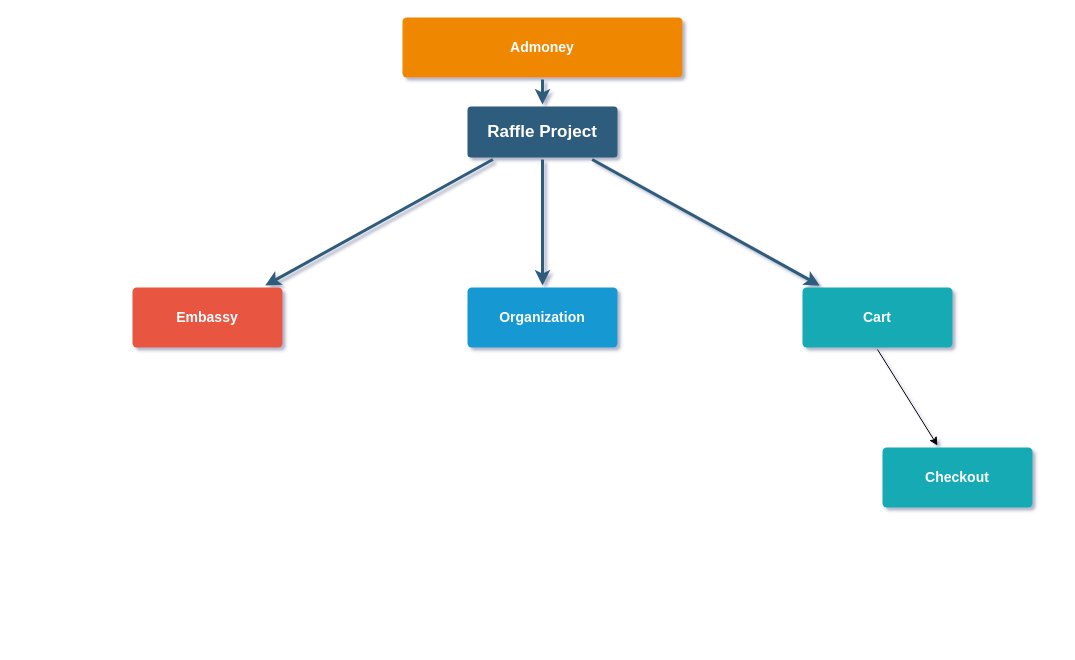
The draw.io diagram Untitled Diagram.drawio in Kenidyss/testapp, before the edit. Source tidied: cells renumbered, new cells numbered last; positions are measured from the earlier drawing's top-left corner, leaving out a move shared by most shapes. Both pictures are drawn from the tidied source at 100%, with x=0, y=0 at pixel (132, 17).
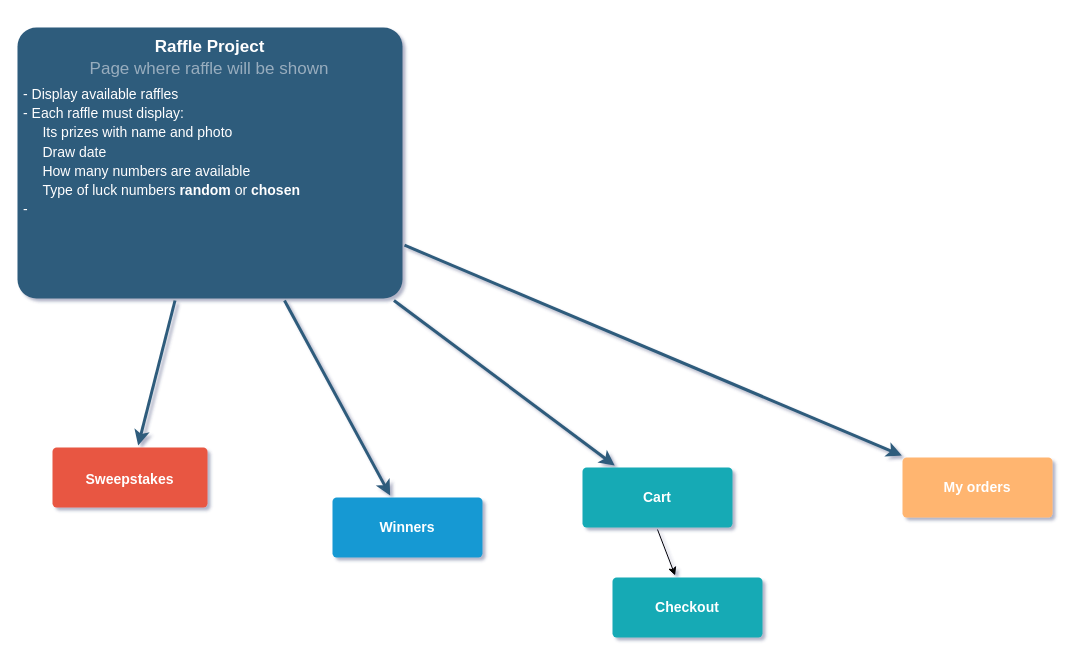
The same page after the edit.

Change to the diagram source:
```diff
@@
 <mxGraphModel shadow="1">
   <root>
     <mxCell id="0" />
     <mxCell id="1" parent="0" />
-    <mxCell id="2" style="edgeStyle=none;rounded=0;jumpStyle=none;html=1;shadow=0;labelBackgroundColor=none;startArrow=none;startFill=0;endArrow=classic;endFill=1;jettySize=auto;strokeColor=#2F5B7C;strokeWidth=3;fontFamily=Helvetica;fontSize=16;fontColor=#23445D;spacing=5;entryX=0.5;entryY=0;entryDx=0;entryDy=0;exitX=0.5;exitY=1;exitDx=0;exitDy=0;" parent="1" edge="1" source="9" target="6">
-      <mxGeometry relative="1" as="geometry" />
-    </mxCell>
     <mxCell id="3" style="edgeStyle=none;rounded=0;jumpStyle=none;html=1;shadow=0;labelBackgroundColor=none;startArrow=none;startFill=0;endArrow=classic;endFill=1;jettySize=auto;strokeColor=#2F5B7C;strokeWidth=3;fontFamily=Helvetica;fontSize=16;fontColor=#23445D;spacing=5;" parent="1" edge="1" source="6" target="10">
       <mxGeometry relative="1" as="geometry" />
     </mxCell>
     <mxCell id="4" style="edgeStyle=none;rounded=0;jumpStyle=none;html=1;shadow=0;labelBackgroundColor=none;startArrow=none;startFill=0;endArrow=classic;endFill=1;jettySize=auto;strokeColor=#2F5B7C;strokeWidth=3;fontFamily=Helvetica;fontSize=16;fontColor=#23445D;spacing=5;" parent="1" edge="1" source="6" target="8">
       <mxGeometry relative="1" as="geometry" />
     </mxCell>
     <mxCell id="5" style="edgeStyle=none;rounded=0;jumpStyle=none;html=1;shadow=0;labelBackgroundColor=none;startArrow=none;startFill=0;endArrow=classic;endFill=1;jettySize=auto;strokeColor=#2F5B7C;strokeWidth=3;fontFamily=Helvetica;fontSize=16;fontColor=#23445D;spacing=5;" parent="1" edge="1" source="6" target="7">
       <mxGeometry relative="1" as="geometry" />
     </mxCell>
-    <mxCell id="6" value="&lt;font style=&quot;font-size: 17px&quot;&gt;Raffle Project&lt;/font&gt;" style="rounded=1;whiteSpace=wrap;html=1;shadow=0;labelBackgroundColor=none;strokeColor=none;strokeWidth=3;fillColor=#2F5B7C;fontFamily=Helvetica;fontSize=16;fontColor=#FFFFFF;align=center;fontStyle=1;spacing=5;arcSize=7;perimeterSpacing=2;" parent="1" vertex="1">
-      <mxGeometry x="335" y="89" width="150" height="51" as="geometry" />
+    <mxCell id="6" value="&lt;font style=&quot;font-size: 17px&quot;&gt;Raffle Project&lt;br&gt;&lt;br&gt;&lt;/font&gt;" style="rounded=1;whiteSpace=wrap;html=1;shadow=0;labelBackgroundColor=none;strokeColor=none;strokeWidth=3;fillColor=#2F5B7C;fontFamily=Helvetica;fontSize=16;fontColor=#FFFFFF;align=center;fontStyle=1;spacing=5;arcSize=7;perimeterSpacing=2;verticalAlign=top;" parent="1" vertex="1">
+      <mxGeometry x="-115" y="10" width="385" height="271" as="geometry" />
     </mxCell>
-    <mxCell id="7" value="Embassy" style="rounded=1;whiteSpace=wrap;html=1;shadow=0;labelBackgroundColor=none;strokeColor=none;strokeWidth=3;fillColor=#e85642;fontFamily=Helvetica;fontSize=14;fontColor=#FFFFFF;align=center;spacing=5;fontStyle=1;arcSize=7;perimeterSpacing=2;" parent="1" vertex="1">
-      <mxGeometry y="270" width="150" height="60" as="geometry" />
+    <mxCell id="7" value="&lt;p style=&quot;line-height: 1.2&quot;&gt;&lt;span&gt;Sweepstakes&lt;/span&gt;&lt;/p&gt;" style="rounded=1;whiteSpace=wrap;html=1;shadow=0;labelBackgroundColor=none;strokeColor=none;strokeWidth=3;fillColor=#e85642;fontFamily=Helvetica;fontSize=14;fontColor=#FFFFFF;align=center;spacing=5;fontStyle=1;arcSize=7;perimeterSpacing=2;verticalAlign=top;" parent="1" vertex="1">
+      <mxGeometry x="-80" y="430" width="155" height="60" as="geometry" />
     </mxCell>
-    <mxCell id="8" value="Organization" style="rounded=1;whiteSpace=wrap;html=1;shadow=0;labelBackgroundColor=none;strokeColor=none;strokeWidth=3;fillColor=#1699d3;fontFamily=Helvetica;fontSize=14;fontColor=#FFFFFF;align=center;spacing=5;fontStyle=1;arcSize=7;perimeterSpacing=2;" parent="1" vertex="1">
-      <mxGeometry x="335" y="270" width="150" height="60" as="geometry" />
+    <mxCell id="8" value="Winners" style="rounded=1;whiteSpace=wrap;html=1;shadow=0;labelBackgroundColor=none;strokeColor=none;strokeWidth=3;fillColor=#1699d3;fontFamily=Helvetica;fontSize=14;fontColor=#FFFFFF;align=center;spacing=5;fontStyle=1;arcSize=7;perimeterSpacing=2;" parent="1" vertex="1">
+      <mxGeometry x="200" y="480" width="150" height="60" as="geometry" />
     </mxCell>
-    <mxCell id="9" value="Admoney" style="rounded=1;whiteSpace=wrap;html=1;shadow=0;labelBackgroundColor=none;strokeColor=none;strokeWidth=3;fillColor=#F08705;fontFamily=Helvetica;fontSize=14;fontColor=#FFFFFF;align=center;spacing=5;fontStyle=1;arcSize=7;perimeterSpacing=2;" parent="1" vertex="1">
-      <mxGeometry x="270" width="280" height="60" as="geometry" />
-    </mxCell>
     <mxCell id="10" value="Cart" style="rounded=1;whiteSpace=wrap;html=1;shadow=0;labelBackgroundColor=none;strokeColor=none;strokeWidth=3;fillColor=#12aab5;fontFamily=Helvetica;fontSize=14;fontColor=#FFFFFF;align=center;spacing=5;fontStyle=1;arcSize=7;perimeterSpacing=2;" parent="1" vertex="1">
-      <mxGeometry x="670" y="270" width="150" height="60" as="geometry" />
+      <mxGeometry x="450" y="450" width="150" height="60" as="geometry" />
     </mxCell>
     <mxCell id="11" value="Checkout" style="rounded=1;whiteSpace=wrap;html=1;shadow=0;labelBackgroundColor=none;strokeColor=none;strokeWidth=3;fillColor=#12aab5;fontFamily=Helvetica;fontSize=14;fontColor=#FFFFFF;align=center;spacing=5;fontStyle=1;arcSize=7;perimeterSpacing=2;" parent="1" vertex="1">
-      <mxGeometry x="750" y="430" width="150" height="60" as="geometry" />
+      <mxGeometry x="480" y="560" width="150" height="60" as="geometry" />
     </mxCell>
     <mxCell id="12" style="endArrow=classic;html=1;rounded=0;fontSize=17;exitX=0.5;exitY=1;exitDx=0;exitDy=0;" parent="1" edge="1" source="10" target="11">
       <mxGeometry relative="1" as="geometry" />
     </mxCell>
+    <mxCell id="13" value="My orders" style="rounded=1;whiteSpace=wrap;html=1;shadow=0;labelBackgroundColor=none;strokeColor=none;strokeWidth=3;fillColor=#FFB570;fontFamily=Helvetica;fontSize=14;fontColor=#FFFFFF;align=center;spacing=5;fontStyle=1;arcSize=7;perimeterSpacing=2;" parent="1" vertex="1">
+      <mxGeometry x="770" y="440" width="150" height="60" as="geometry" />
+    </mxCell>
+    <mxCell id="14" style="edgeStyle=none;rounded=0;jumpStyle=none;html=1;shadow=0;labelBackgroundColor=none;startArrow=none;startFill=0;endArrow=classic;endFill=1;jettySize=auto;strokeColor=#2F5B7C;strokeWidth=3;fontFamily=Helvetica;fontSize=16;fontColor=#23445D;spacing=5;" parent="1" edge="1" source="6" target="13">
+      <mxGeometry relative="1" as="geometry" />
+    </mxCell>
+    <mxCell id="15" value="&lt;span style=&quot;font-size: 17px&quot;&gt;Page where raffle will be shown&lt;/span&gt;" style="rounded=1;whiteSpace=wrap;html=1;shadow=0;labelBackgroundColor=none;strokeColor=none;strokeWidth=3;fillColor=none;fontFamily=Helvetica;fontSize=16;fontColor=#FFFFFF;align=center;fontStyle=0;spacing=5;arcSize=7;perimeterSpacing=2;verticalAlign=top;textOpacity=50;" parent="1" vertex="1">
+      <mxGeometry x="-107.5" y="31.5" width="367.5" height="44.5" as="geometry" />
+    </mxCell>
+    <mxCell id="16" value="&lt;font style=&quot;font-size: 14px&quot;&gt;- Display available raffles&lt;br&gt;-&amp;nbsp;Each raffle must display:&lt;br&gt;&amp;nbsp; &amp;nbsp; &amp;nbsp;Its prizes&amp;nbsp;with name and photo&lt;br&gt;&amp;nbsp; &amp;nbsp; &amp;nbsp;Draw date&lt;br&gt;&amp;nbsp; &amp;nbsp; &amp;nbsp;How many numbers are available&lt;br&gt;&amp;nbsp; &amp;nbsp; &amp;nbsp;Type of luck numbers &lt;b&gt;random&lt;/b&gt; or &lt;b&gt;chosen&lt;br&gt;&lt;/b&gt;-&amp;nbsp;&lt;br&gt;&lt;/font&gt;" style="rounded=1;whiteSpace=wrap;html=1;shadow=0;labelBackgroundColor=none;strokeColor=none;strokeWidth=3;fillColor=none;fontFamily=Helvetica;fontSize=16;fontColor=#FFFFFF;align=left;fontStyle=0;spacing=2;arcSize=7;perimeterSpacing=2;verticalAlign=top;" parent="1" vertex="1">
+      <mxGeometry x="-111" y="60" width="370" height="231" as="geometry" />
+    </mxCell>
   </root>
 </mxGraphModel>
```
